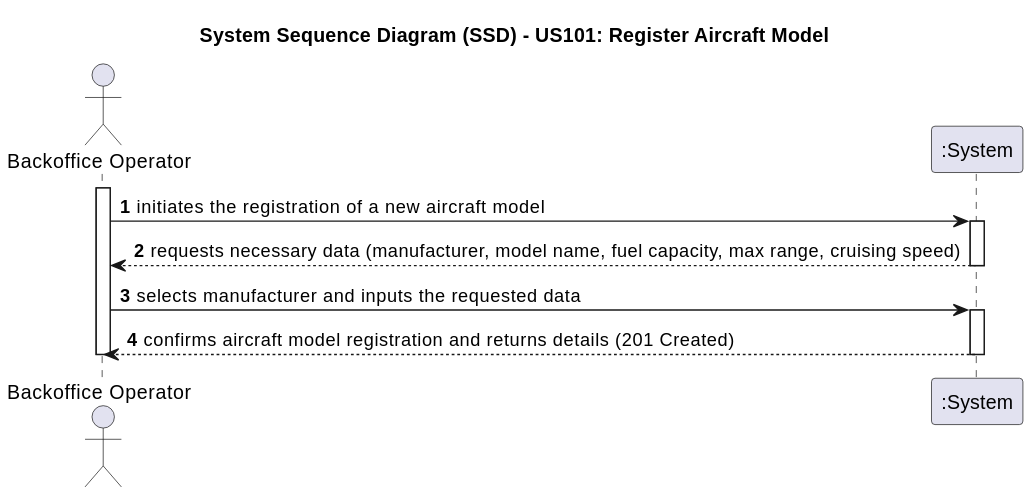
Before: docs/use-cases/WP#1A/US101/svg/US101-SSD.svg, a diagram exported from PlantUML (Andre-1240567/psoft2026_2DB_1240567_1241013_1240624).
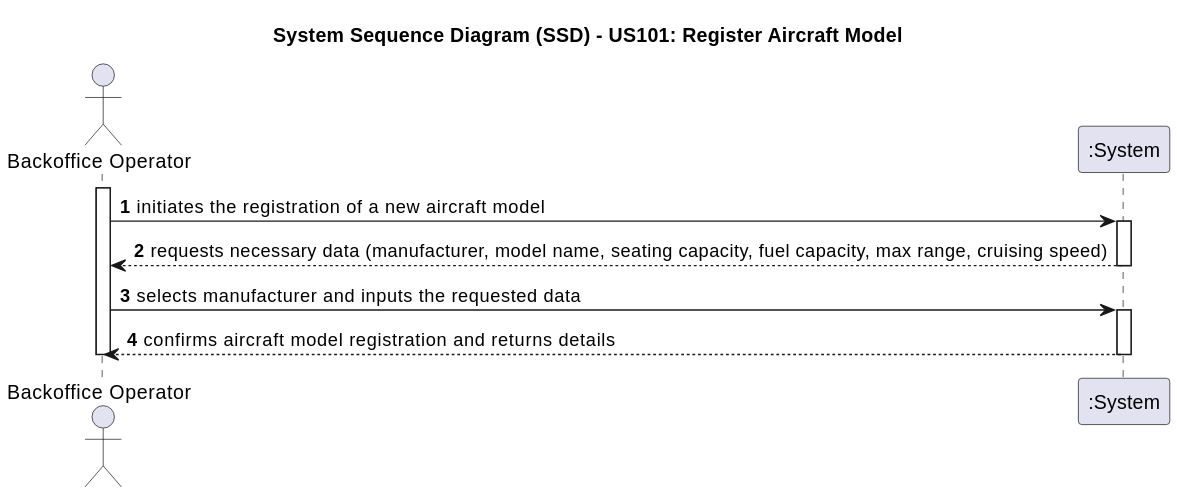
Above is the later version.

The edit, as a diff of the source:
```diff
@@ -8,12 +8,14 @@
 activate Operator
 Operator -> System: initiates the registration of a new aircraft model
 activate System
-System --> Operator: requests necessary data (manufacturer, model name, fuel capacity, max range, cruising speed)
+
+System --> Operator: requests necessary data (manufacturer, model name, seating capacity, fuel capacity, max range, cruising speed)
 deactivate System
 
 Operator -> System: selects manufacturer and inputs the requested data
 activate System
-System --> Operator: confirms aircraft model registration and returns details (201 Created)
+
+System --> Operator: confirms aircraft model registration and returns details
 deactivate System
 deactivate Operator
 @enduml
```
